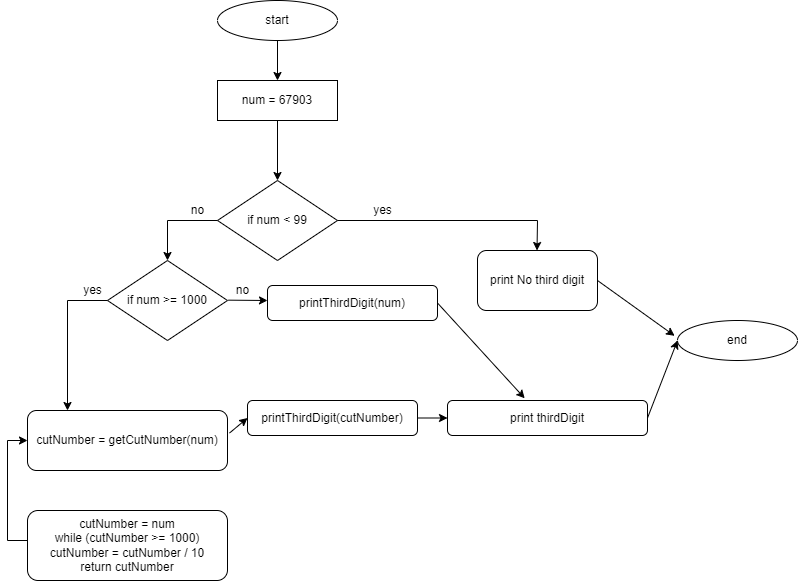
Earlier version of the draw.io export Task2/diagrak.drawio.png (OksVella/Seminar2_tasks). Source tidied: cells renumbered, new cells last; positions are measured from the earlier drawing's top-left corner, leaving out a move shared by most shapes.
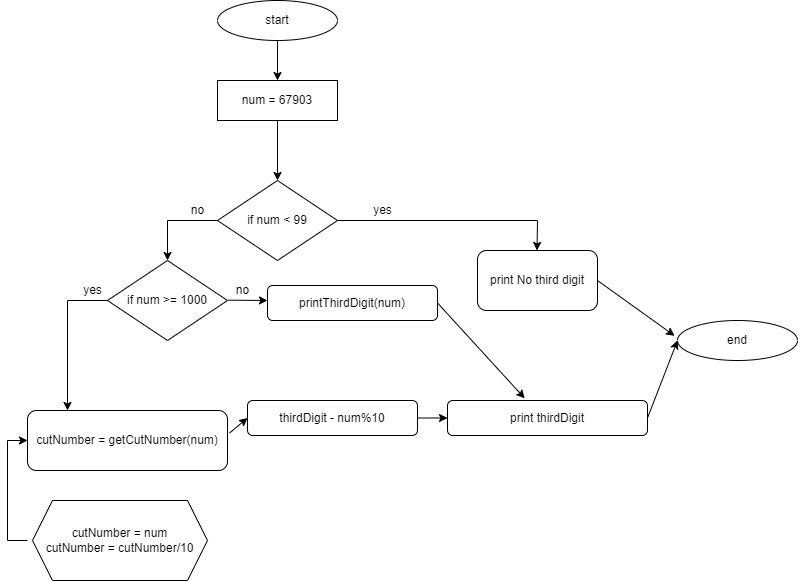
Later version of the same file.

Diff of the diagram source:
```diff
@@ -71,9 +71,6 @@
     <mxCell id="19" value="yes" style="text;html=1;align=center;verticalAlign=middle;strokeColor=none;fillColor=none;" parent="1" vertex="1">
       <mxGeometry x="70" y="280" width="30" height="20" as="geometry" />
     </mxCell>
-    <mxCell id="20" value="cutNumber = num&lt;br&gt;while (cutNumber &amp;gt;= 1000)&lt;br&gt;cutNumber = cutNumber / 10&lt;br&gt;return cutNumber" style="rounded=1;whiteSpace=wrap;html=1;" parent="1" vertex="1">
-      <mxGeometry x="20" y="510" width="200" height="70" as="geometry" />
-    </mxCell>
     <mxCell id="21" style="endArrow=none;html=1;entryX=0;entryY=0.5;entryDx=0;entryDy=0;" parent="1" edge="1">
       <mxGeometry relative="1" as="geometry">
         <mxPoint y="540" as="sourcePoint" />
@@ -114,7 +111,7 @@
     <mxCell id="30" style="endArrow=classic;html=1;exitX=1;exitY=0.5;exitDx=0;exitDy=0;entryX=0.386;entryY=-0.063;entryDx=0;entryDy=0;entryPerimeter=0;" parent="1" edge="1" source="27" target="24">
       <mxGeometry relative="1" as="geometry" />
     </mxCell>
-    <mxCell id="31" value="printThirdDigit(cutNumber)" style="rounded=1;whiteSpace=wrap;html=1;" parent="1" vertex="1">
+    <mxCell id="31" value="thirdDigit - num%10" style="rounded=1;whiteSpace=wrap;html=1;" parent="1" vertex="1">
       <mxGeometry x="240" y="400" width="170" height="35" as="geometry" />
     </mxCell>
     <mxCell id="32" style="endArrow=classic;html=1;exitX=1.01;exitY=0.376;exitDx=0;exitDy=0;entryX=0;entryY=0.5;entryDx=0;entryDy=0;exitPerimeter=0;" parent="1" edge="1" source="14" target="31">
@@ -123,5 +120,8 @@
     <mxCell id="33" style="endArrow=classic;html=1;exitX=1;exitY=0.5;exitDx=0;exitDy=0;entryX=0;entryY=0.5;entryDx=0;entryDy=0;" parent="1" edge="1" source="31" target="24">
       <mxGeometry relative="1" as="geometry" />
     </mxCell>
+    <mxCell id="34" value="cutNumber = num&lt;br&gt;cutNumber = cutNumber/10" style="shape=hexagon;perimeter=hexagonPerimeter2;whiteSpace=wrap;html=1;fixedSize=1;" parent="1" vertex="1">
+      <mxGeometry x="25" y="500" width="175" height="80" as="geometry" />
+    </mxCell>
   </root>
 </mxGraphModel>
```
